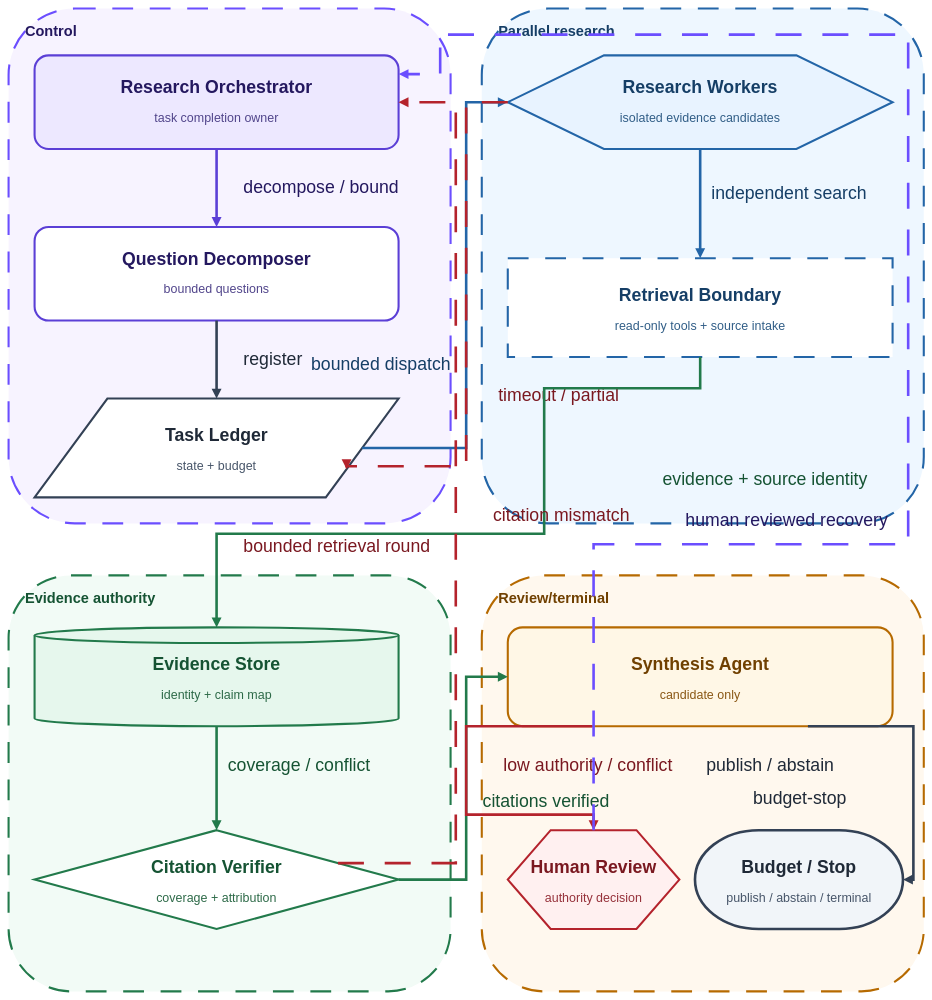
Above: diagrams/multi-agent-research-system.drawio in sealday/tego-arch (draw.io), before the change. Source tidied: cells renumbered, new cells numbered last; positions are measured from the earlier drawing's top-left corner, leaving out a move shared by most shapes. Both pictures are drawn from the tidied source at 52%, with x=0, y=0 at pixel (8, 8).
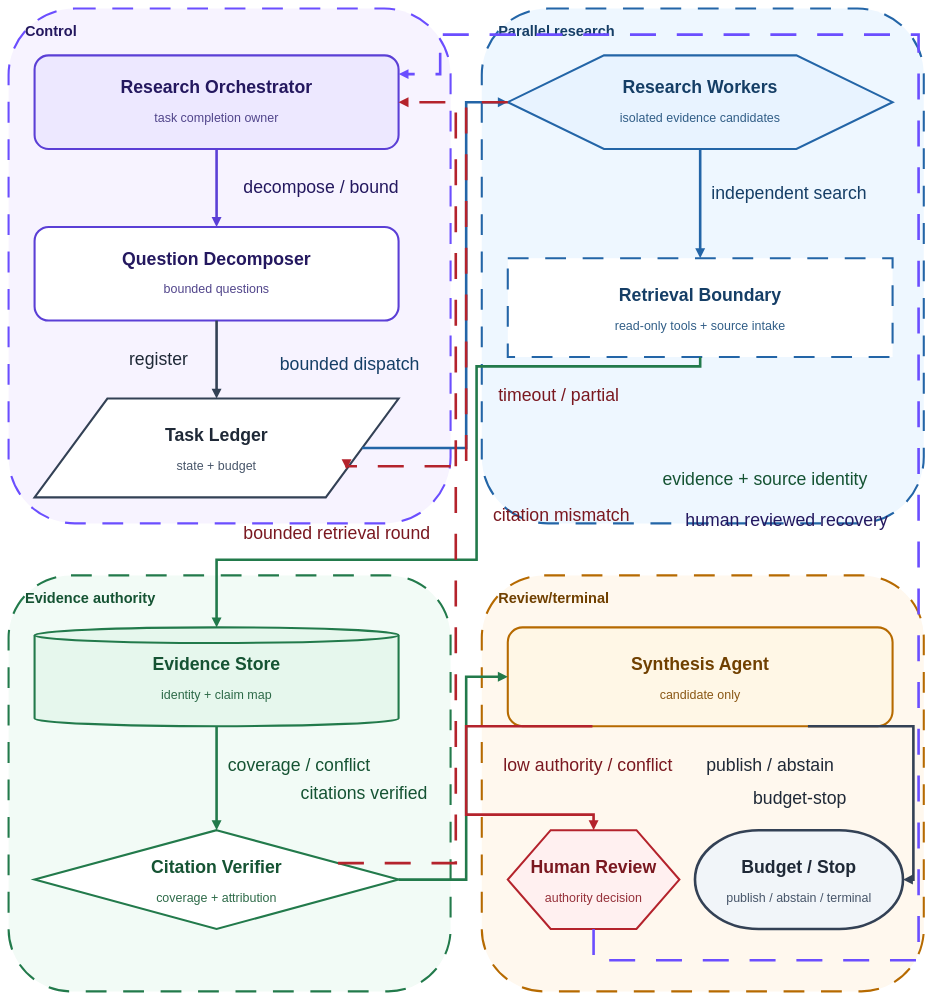
The same page after the edit.

The change refers to these unchanged cells:
```xml
<mxCell id="10" style="rounded=1;whiteSpace=wrap;html=0;fillColor=#EDE8FF;strokeColor=#5B3FD6;strokeWidth=4;" parent="1" vertex="1">
  <mxGeometry x="50" y="90" width="700" height="180" as="geometry" />
</mxCell>
<mxCell id="22" style="rounded=0;whiteSpace=wrap;html=0;fillColor=#FFFFFF;strokeColor=#2365A7;strokeWidth=4;dashed=1;dashPattern=10 8;" parent="1" vertex="1">
  <mxGeometry x="960" y="480" width="740" height="190" as="geometry" />
</mxCell>
<mxCell id="25" style="shape=cylinder3;whiteSpace=wrap;html=0;boundedLbl=1;backgroundOutline=1;size=15;fillColor=#E6F7ED;strokeColor=#227A4B;strokeWidth=4;" parent="1" vertex="1">
  <mxGeometry x="50" y="1190" width="700" height="190" as="geometry" />
</mxCell>
<mxCell id="34" style="shape=hexagon;perimeter=hexagonPerimeter2;whiteSpace=wrap;html=0;fillColor=#FFF0F0;strokeColor=#B4232C;strokeWidth=4;" parent="1" vertex="1">
  <mxGeometry x="960" y="1580" width="330" height="190" as="geometry" />
</mxCell>
```

The edit, as a diff of the source:
```diff
@@
     <mxCell id="43" value="register" style="text;html=0;strokeColor=none;fillColor=none;align=left;verticalAlign=middle;fontSize=34;fontColor=#1F2937;" parent="1" vertex="1">
-      <mxGeometry x="450" y="650" width="150" height="40" as="geometry" />
+      <mxGeometry x="230" y="650" width="150" height="40" as="geometry" />
     </mxCell>
@@
     <mxCell id="45" value="bounded dispatch" style="text;html=0;strokeColor=none;fillColor=none;align=left;verticalAlign=middle;fontSize=34;fontColor=#153E66;" parent="1" vertex="1">
-      <mxGeometry x="580" y="660" width="270" height="40" as="geometry" />
+      <mxGeometry x="520" y="660" width="270" height="40" as="geometry" />
     </mxCell>
@@
     <mxCell id="50" style="edgeStyle=orthogonalEdgeStyle;rounded=0;jettySize=auto;html=0;strokeColor=#227A4B;strokeWidth=5;endArrow=block;endFill=1;exitX=0.5;exitY=1;entryX=0.5;entryY=0;" parent="1" edge="1" source="22" target="25">
       <mxGeometry relative="1" as="geometry">
         <Array as="points">
-          <mxPoint x="1030" y="730" />
-          <mxPoint x="1030" y="1010" />
-          <mxPoint x="400" y="1010" />
+          <mxPoint x="900" y="688" />
+          <mxPoint x="900" y="1060" />
+          <mxPoint x="400" y="1060" />
         </Array>
       </mxGeometry>
     </mxCell>
@@
     <mxCell id="55" value="citations verified" style="text;html=0;strokeColor=none;fillColor=none;align=left;verticalAlign=middle;fontSize=34;fontColor=#155333;" parent="1" vertex="1">
-      <mxGeometry x="910" y="1500" width="290" height="40" as="geometry" />
+      <mxGeometry x="560" y="1485" width="290" height="40" as="geometry" />
     </mxCell>
@@
     <mxCell id="58" value="bounded retrieval round" style="text;html=0;strokeColor=none;fillColor=none;align=left;verticalAlign=middle;fontSize=34;fontColor=#7A1820;" parent="1" vertex="1">
-      <mxGeometry x="450" y="1010" width="390" height="40" as="geometry" />
+      <mxGeometry x="450" y="985" width="390" height="40" as="geometry" />
     </mxCell>
@@
-    <mxCell id="64" style="edgeStyle=orthogonalEdgeStyle;rounded=0;jettySize=auto;html=0;strokeColor=#6B4EFF;strokeWidth=5;dashed=1;dashPattern=10 8;endArrow=block;endFill=1;exitX=0.5;exitY=0;entryX=1;entryY=0.2;" parent="1" edge="1" source="34" target="10">
+    <mxCell id="64" style="edgeStyle=orthogonalEdgeStyle;rounded=0;jettySize=auto;html=0;strokeColor=#6B4EFF;strokeWidth=5;dashed=1;dashPattern=10 8;endArrow=block;endFill=1;exitX=0.5;exitY=1;entryX=1;entryY=0.2;" parent="1" edge="1" source="34" target="10">
       <mxGeometry relative="1" as="geometry">
         <Array as="points">
-          <mxPoint x="1125" y="1030" />
-          <mxPoint x="1730" y="1030" />
-          <mxPoint x="1730" y="50" />
+          <mxPoint x="1125" y="1830" />
+          <mxPoint x="1750" y="1830" />
+          <mxPoint x="1750" y="50" />
           <mxPoint x="830" y="50" />
         </Array>
       </mxGeometry>
     </mxCell>
```
